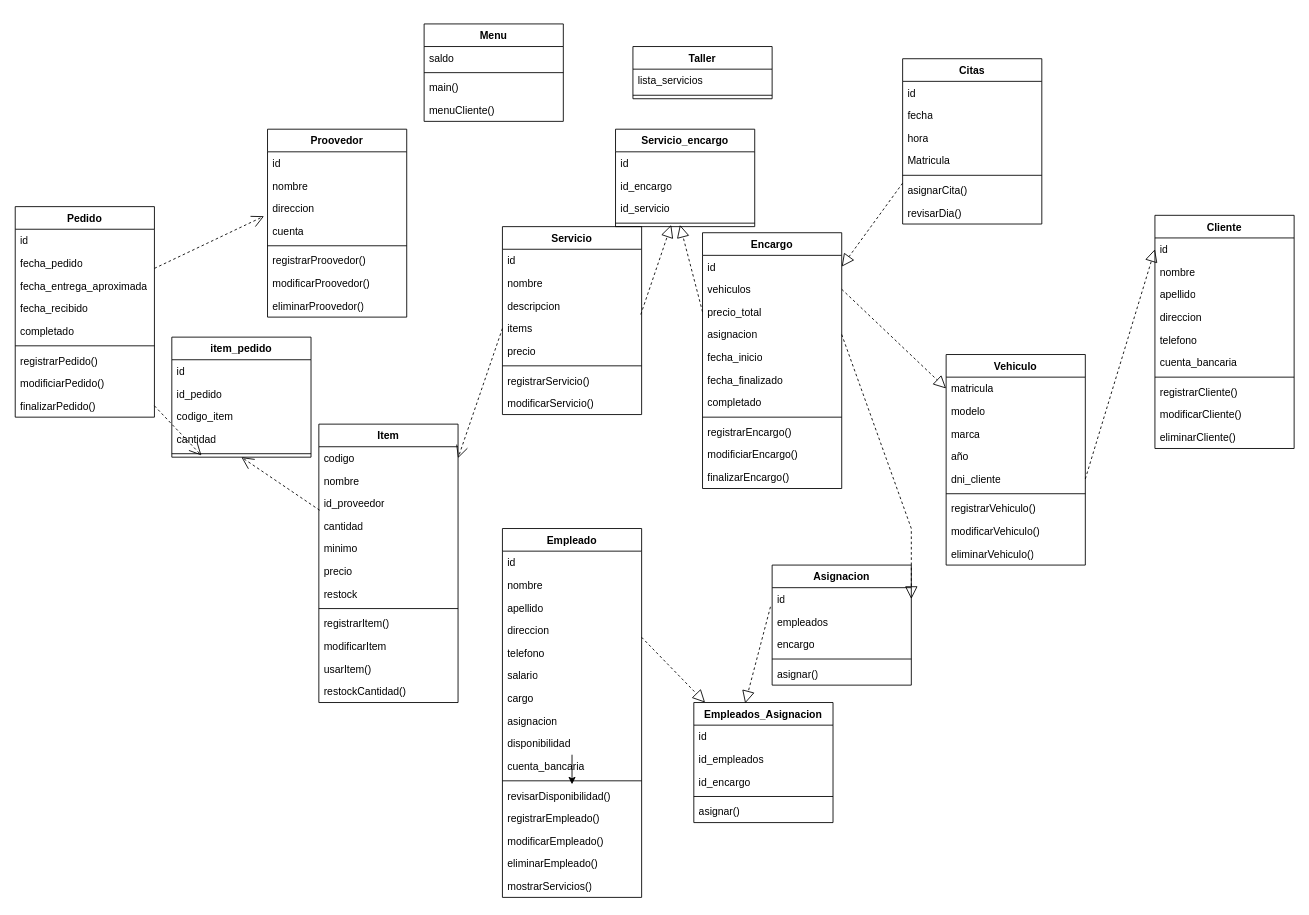
This is DiagramaClases.drawio from fabricio-cesur/Gestor-Taller, a draw.io file, before an edit. Source tidied: cells renumbered, new cells numbered last; positions are measured from the earlier drawing's top-left corner, leaving out a move shared by most shapes. Both pictures are drawn from the tidied source at 87%, with x=0, y=0 at pixel (15, 23).
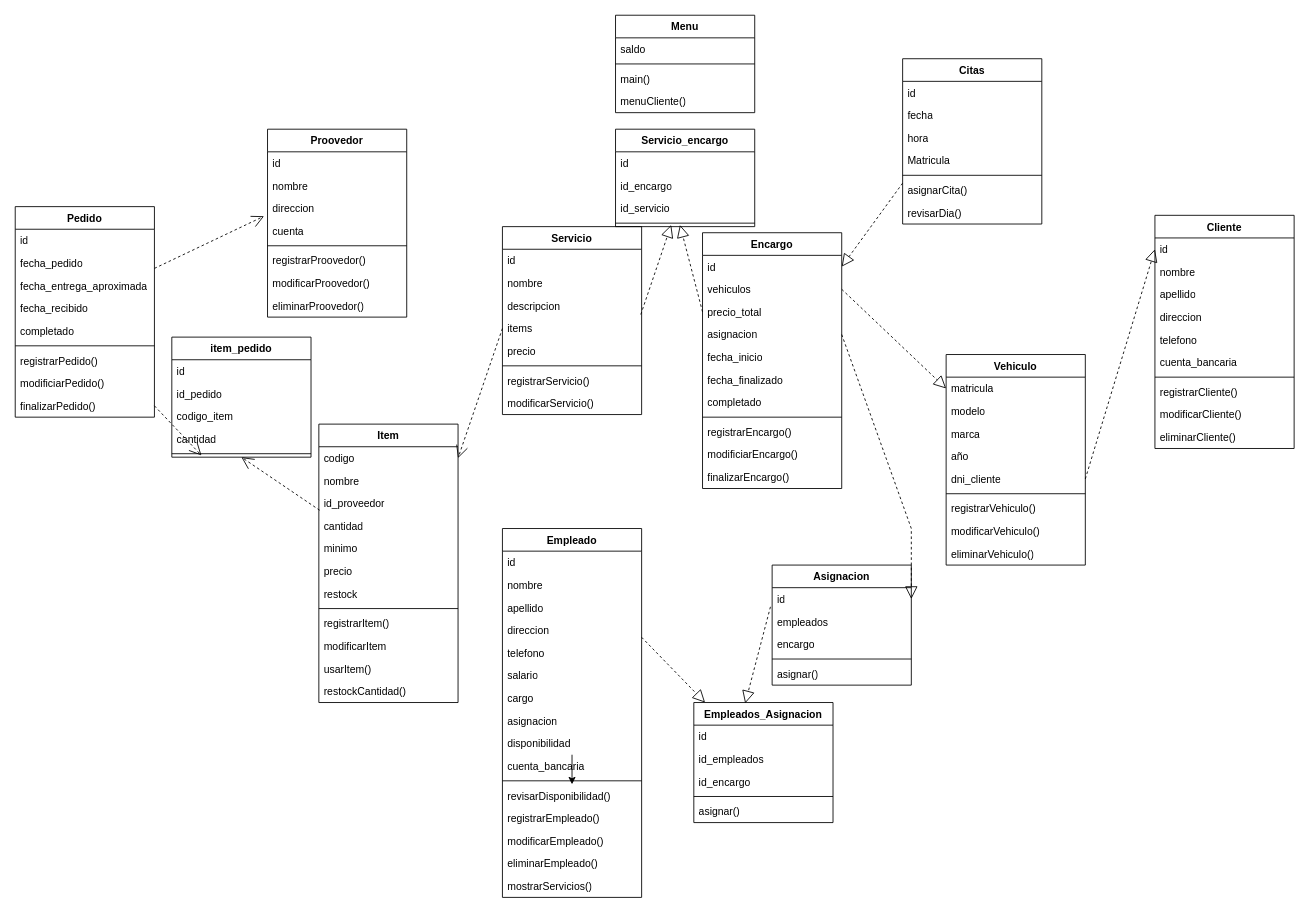
The same page after the edit.

Diff of the diagram source:
```diff
@@
     <mxCell id="2" value="Menu" style="swimlane;fontStyle=1;align=center;verticalAlign=top;horizontal=1;startSize=26;whiteSpace=wrap;html=1;" parent="1" vertex="1">
-      <mxGeometry x="470" width="160" height="112" as="geometry" />
+      <mxGeometry x="690" y="-10" width="160" height="112" as="geometry" />
     </mxCell>
@@
-    <mxCell id="109" value="Taller" style="swimlane;fontStyle=1;align=center;verticalAlign=top;horizontal=1;startSize=26;whiteSpace=wrap;html=1;" parent="1" vertex="1">
-      <mxGeometry x="710" y="26" width="160" height="60" as="geometry" />
-    </mxCell>
-    <mxCell id="110" value="lista_servicios" style="text;strokeColor=none;fillColor=none;align=left;verticalAlign=top;spacingLeft=4;spacingRight=4;overflow=hidden;whiteSpace=wrap;html=1;" parent="109" vertex="1">
-      <mxGeometry y="26" width="160" height="26" as="geometry" />
-    </mxCell>
-    <mxCell id="111" style="line;strokeWidth=1;fillColor=none;align=left;verticalAlign=middle;spacingTop=-1;spacingLeft=3;spacingRight=3;labelPosition=right;strokeColor=inherit;" parent="109" vertex="1">
-      <mxGeometry y="52" width="160" height="8" as="geometry" />
-    </mxCell>
```
